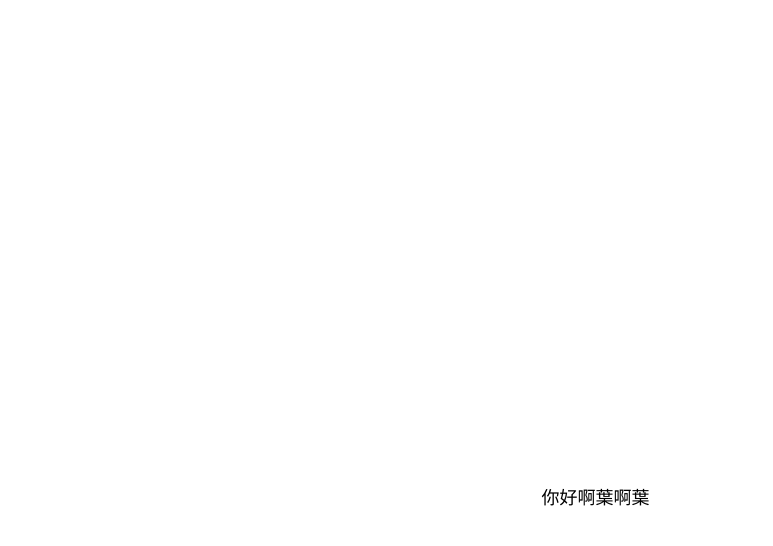
Earlier version of the draw.io diagram 未命名绘图.drawio (sakurayoo/sakurayoo). Source tidied: cells renumbered, new cells numbered last; positions are measured from the earlier drawing's top-left corner, leaving out a move shared by most shapes. Both pictures are drawn from the tidied source at 150%, with x=0, y=0 at pixel (506, 476).
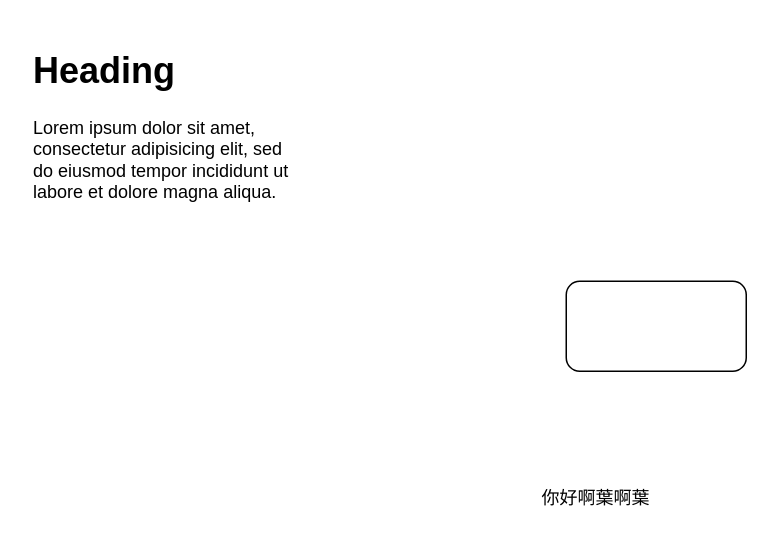
The same diagram, later.

Commit message (it also covers changes not shown here):
更新未命名绘图.drawio

The edit, as a diff of the source:
```diff
@@
 <mxGraphModel>
   <root>
     <mxCell id="0" />
     <mxCell id="1" parent="0" />
     <mxCell id="2" value="你好啊葉啊葉" style="text;html=1;strokeColor=none;fillColor=none;align=center;verticalAlign=middle;whiteSpace=wrap;rounded=0;" parent="1" vertex="1">
       <mxGeometry width="120" height="30" as="geometry" />
     </mxCell>
+    <mxCell id="3" style="rounded=1;whiteSpace=wrap;html=1;" parent="1" vertex="1">
+      <mxGeometry x="40" y="-130" width="120" height="60" as="geometry" />
+    </mxCell>
+    <mxCell id="4" value="&lt;h1&gt;Heading&lt;/h1&gt;&lt;p&gt;Lorem ipsum dolor sit amet, consectetur adipisicing elit, sed do eiusmod tempor incididunt ut labore et dolore magna aliqua.&lt;/p&gt;" style="text;html=1;strokeColor=none;fillColor=none;spacing=5;spacingTop=-20;whiteSpace=wrap;overflow=hidden;rounded=0;" parent="1" vertex="1">
+      <mxGeometry x="-320" y="-290" width="190" height="120" as="geometry" />
+    </mxCell>
   </root>
 </mxGraphModel>
```
